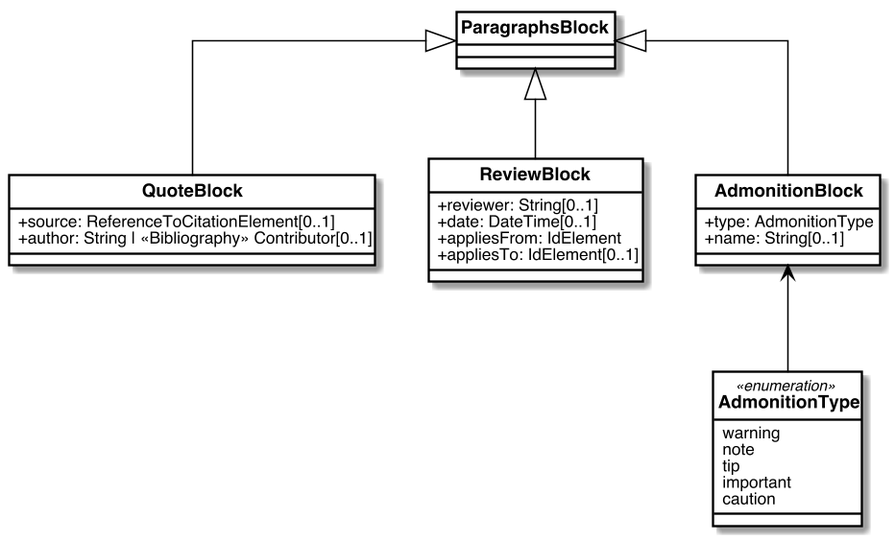
Above: images/MultiParagraphs.png in metanorma/basicdoc-models (PlantUML), before the change.
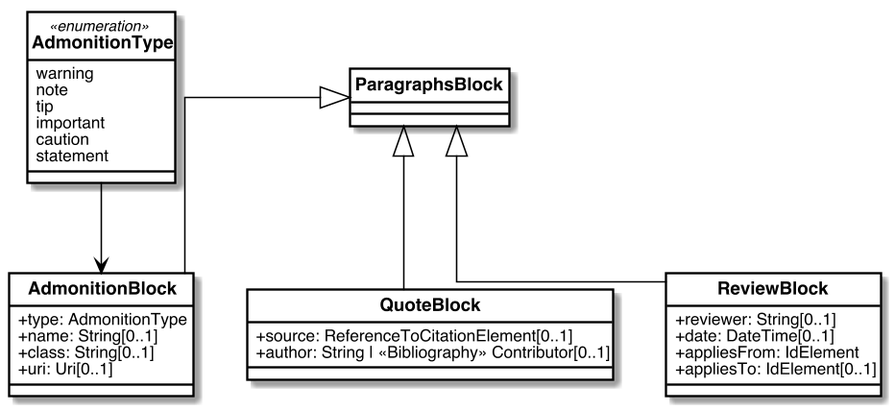
The same file after the commit.

The edit, as a diff of the source:
```diff
@@ -59,6 +59,8 @@
 class AdmonitionBlock{
     +type: AdmonitionType
     +name: String[0..1]
+    +class: String[0..1]
+    +uri: Uri[0..1]
 }
 
 enum AdmonitionType <<enumeration>>{
@@ -67,14 +69,15 @@
     tip
     important
     caution
+    statement
 }
 
 
 
-ParagraphsBlock <|-- QuoteBlock
-ParagraphsBlock <|-- ReviewBlock
-ParagraphsBlock <|-- AdmonitionBlock
+ParagraphsBlock <|-down- QuoteBlock
+ParagraphsBlock <|-down- ReviewBlock
+ParagraphsBlock <|-down- AdmonitionBlock
 
-AdmonitionBlock <-- AdmonitionType
+AdmonitionBlock <-down- AdmonitionType
 
 @enduml
```
